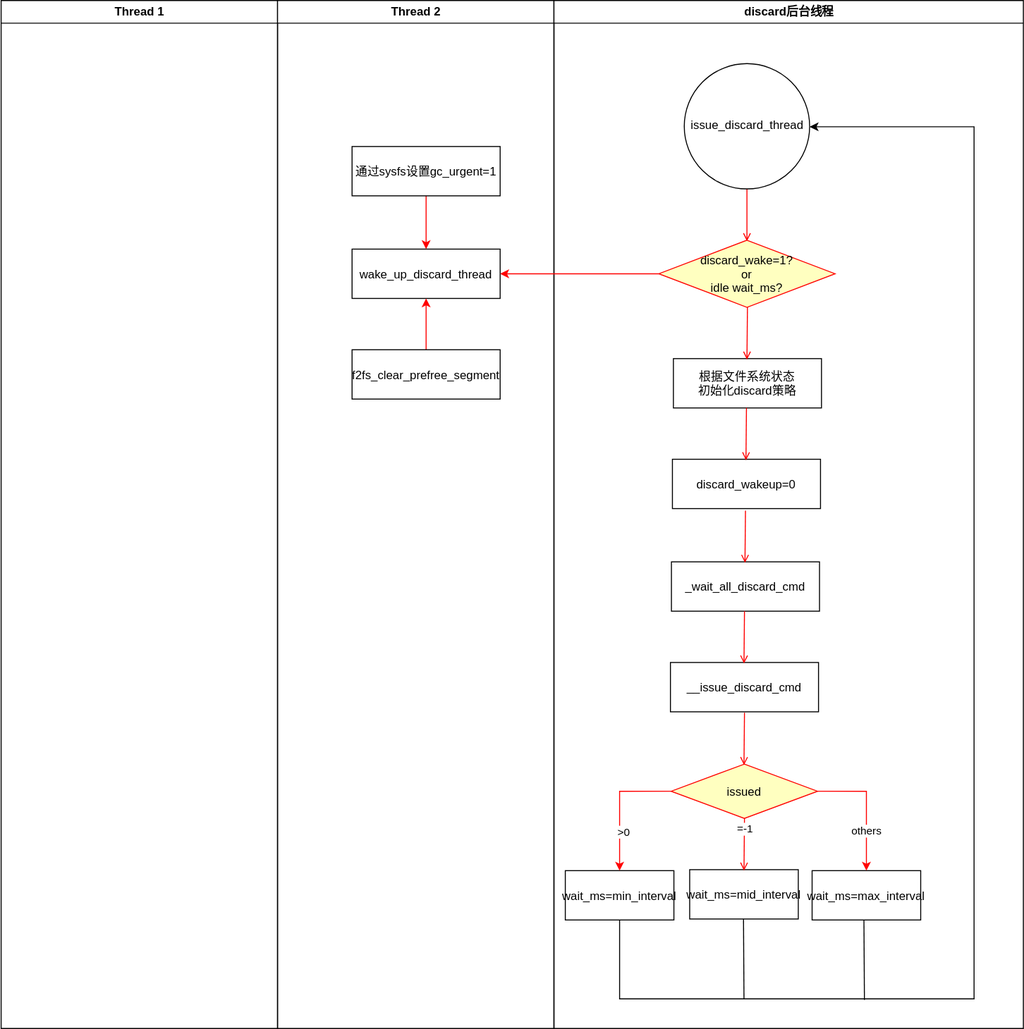
The draw.io diagram f2fs_discard流程图.drawio.svg in lz111676/Drawing-Bed, before a commit. Source tidied: cells renumbered, new cells last; positions are measured from the earlier drawing's top-left corner, leaving out a move shared by most shapes.
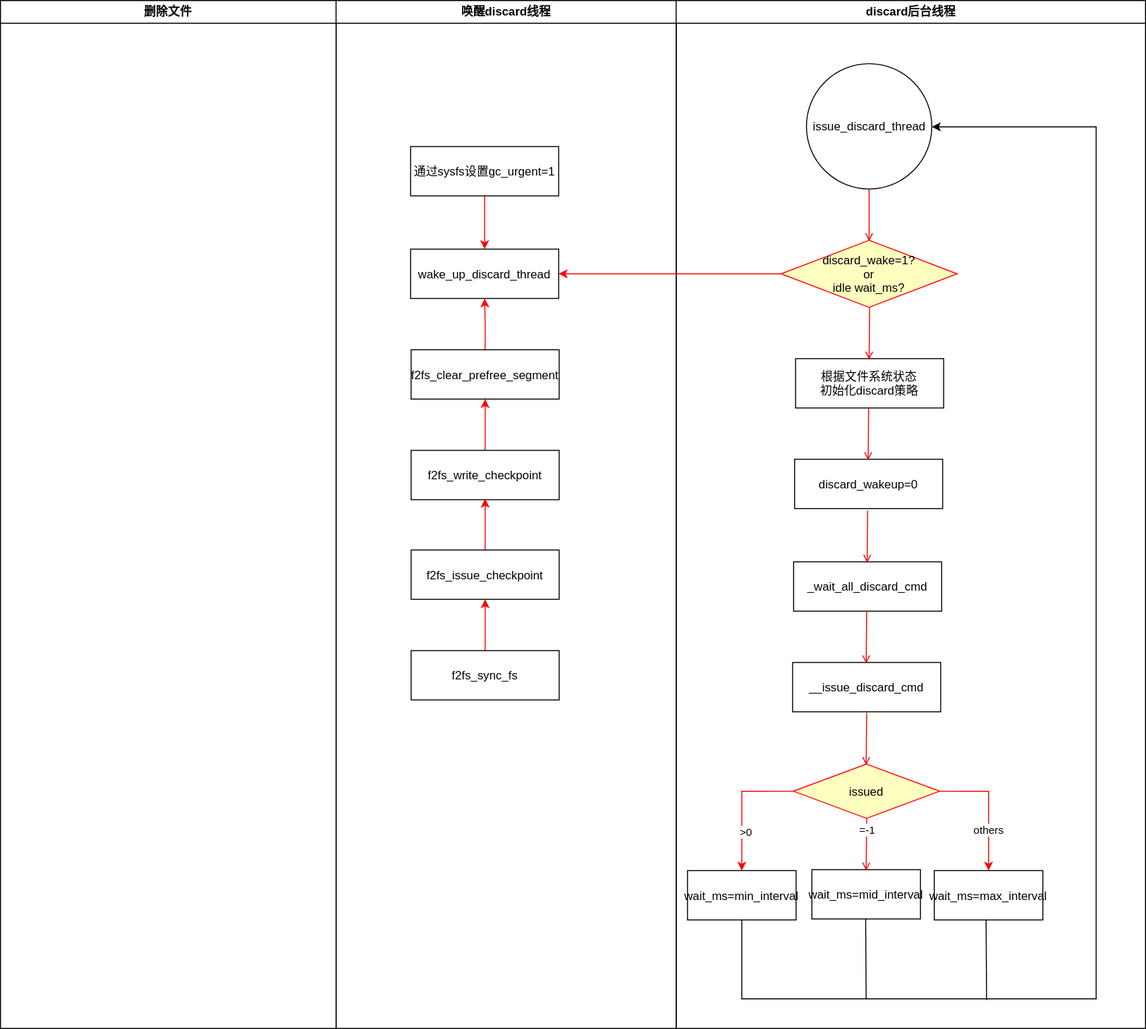
Later version of the same file.

Commit message:
更新f2fs_discard流程图.drawio.svg

The edit, as a diff of the source:
```diff
@@ -2,11 +2,11 @@
   <root>
     <mxCell id="0" />
     <mxCell id="1" parent="0" />
-    <mxCell id="2" value="Thread 1" style="swimlane;whiteSpace=wrap;" parent="1" vertex="1">
-      <mxGeometry x="0.5" width="280" height="1042" as="geometry" />
+    <mxCell id="2" value="删除文件" style="swimlane;whiteSpace=wrap;" parent="1" vertex="1">
+      <mxGeometry x="-124" width="340" height="1042" as="geometry" />
     </mxCell>
-    <mxCell id="3" value="Thread 2" style="swimlane;whiteSpace=wrap;" parent="1" vertex="1">
-      <mxGeometry x="280.5" width="280" height="1042" as="geometry" />
+    <mxCell id="3" value="唤醒discard线程" style="swimlane;whiteSpace=wrap;" parent="1" vertex="1">
+      <mxGeometry x="216" width="344.5" height="1042" as="geometry" />
     </mxCell>
     <mxCell id="4" value="wake_up_discard_thread" parent="3" vertex="1">
       <mxGeometry x="75.5" y="252" width="150" height="50" as="geometry" />
@@ -132,10 +132,34 @@
       <mxGeometry relative="1" as="geometry" />
     </mxCell>
     <mxCell id="34" value="f2fs_clear_prefree_segment" parent="1" vertex="1">
-      <mxGeometry x="356" y="354" width="150" height="50" as="geometry" />
+      <mxGeometry x="292" y="354" width="150" height="50" as="geometry" />
     </mxCell>
     <mxCell id="35" style="edgeStyle=orthogonalEdgeStyle;rounded=0;jettySize=auto;html=1;exitX=0;exitY=0.5;exitDx=0;exitDy=0;entryX=1;entryY=0.5;entryDx=0;entryDy=0;strokeColor=#FF0000;" parent="1" edge="1" source="10" target="4">
       <mxGeometry relative="1" as="geometry" />
     </mxCell>
+    <mxCell id="36" style="edgeStyle=orthogonalEdgeStyle;rounded=0;jettySize=auto;html=1;exitX=0.5;exitY=0;exitDx=0;exitDy=0;entryX=0.5;entryY=1;entryDx=0;entryDy=0;strokeColor=#FF0000;" parent="1" edge="1" source="37">
+      <mxGeometry relative="1" as="geometry">
+        <mxPoint x="367" y="404" as="targetPoint" />
+      </mxGeometry>
+    </mxCell>
+    <mxCell id="37" value="f2fs_write_checkpoint" parent="1" vertex="1">
+      <mxGeometry x="292" y="456" width="150" height="50" as="geometry" />
+    </mxCell>
+    <mxCell id="38" style="edgeStyle=orthogonalEdgeStyle;rounded=0;jettySize=auto;html=1;exitX=0.5;exitY=0;exitDx=0;exitDy=0;entryX=0.5;entryY=1;entryDx=0;entryDy=0;strokeColor=#FF0000;" parent="1" edge="1" source="39">
+      <mxGeometry relative="1" as="geometry">
+        <mxPoint x="367" y="505" as="targetPoint" />
+      </mxGeometry>
+    </mxCell>
+    <mxCell id="39" value="f2fs_issue_checkpoint" parent="1" vertex="1">
+      <mxGeometry x="292" y="557" width="150" height="50" as="geometry" />
+    </mxCell>
+    <mxCell id="40" style="edgeStyle=orthogonalEdgeStyle;rounded=0;jettySize=auto;html=1;exitX=0.5;exitY=0;exitDx=0;exitDy=0;entryX=0.5;entryY=1;entryDx=0;entryDy=0;strokeColor=#FF0000;" parent="1" edge="1" source="41">
+      <mxGeometry relative="1" as="geometry">
+        <mxPoint x="367" y="607" as="targetPoint" />
+      </mxGeometry>
+    </mxCell>
+    <mxCell id="41" value="f2fs_sync_fs" parent="1" vertex="1">
+      <mxGeometry x="292" y="659" width="150" height="50" as="geometry" />
+    </mxCell>
   </root>
 </mxGraphModel>
```
